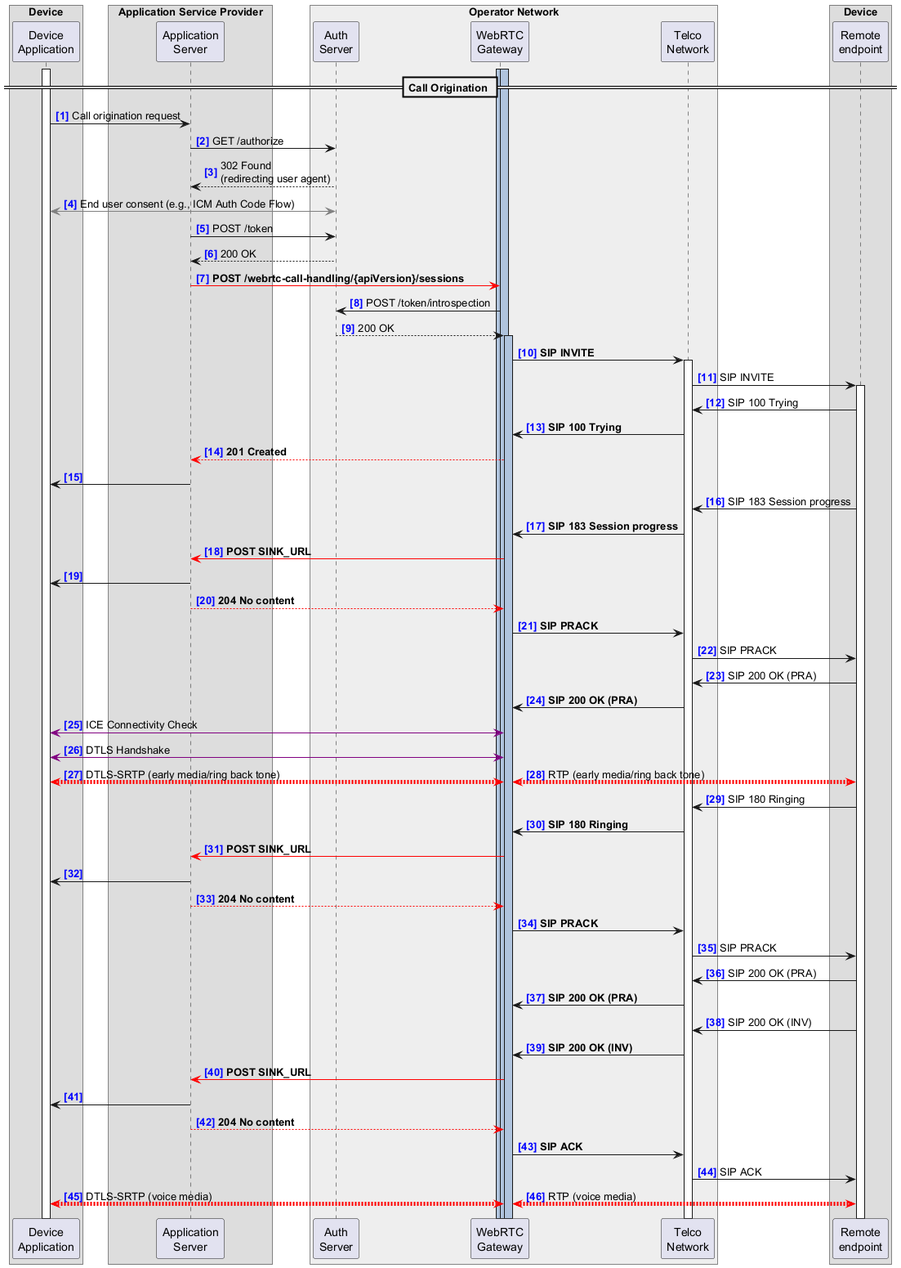
camaraproject/WebRTC keeps this PlantUML diagram as documentation/SupportingDocuments/uml-diagrams-APIprovider/call_origination_and_disconnection_fig-1.png. Above is the earlier version.
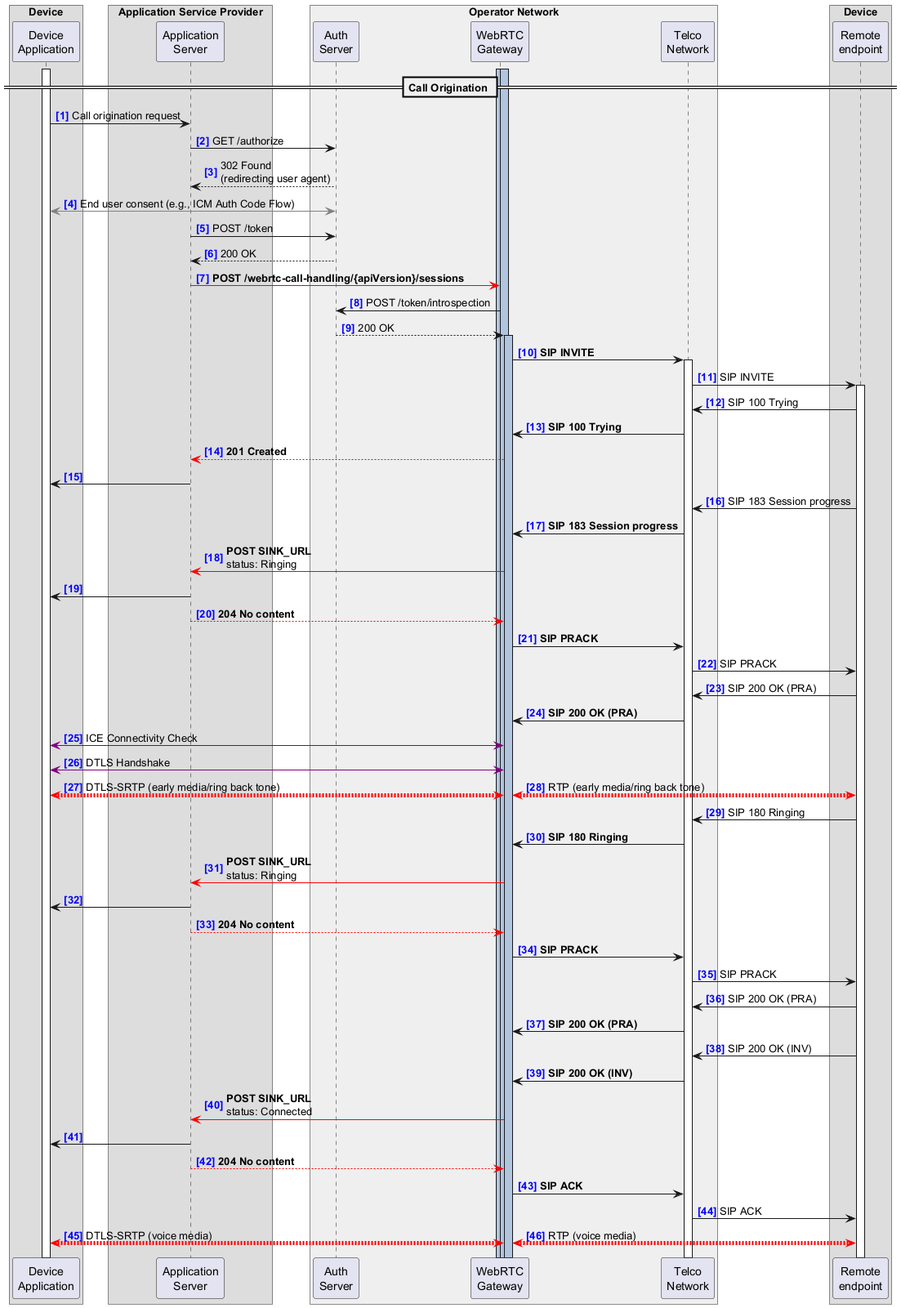
The same diagram one commit later.

What changed in the source:
```diff
@@ -66,7 +66,7 @@
 
 WG <- TN: **SIP 183 Session progress**
 
-AS <[#red]- WG: **POST SINK_URL**
+AS <[#red]- WG: **POST SINK_URL**\nstatus: Ringing
 
 DA <- AS
 
@@ -86,7 +86,7 @@
 TN <- RE: SIP 180 Ringing
 WG <- TN: **SIP 180 Ringing**
 
-AS <[#red]- WG: **POST SINK_URL**
+AS <[#red]- WG: **POST SINK_URL**\nstatus: Ringing
 DA <- AS
 AS --[#red]> WG: **204 No content**
 
@@ -98,7 +98,7 @@
 TN <- RE: SIP 200 OK (INV)
 WG <- TN: **SIP 200 OK (INV)**
 
-AS <[#red]- WG: **POST SINK_URL**
+AS <[#red]- WG: **POST SINK_URL**\nstatus: Connected
 DA <- AS
 AS --[#red]> WG: **204 No content**
 
```
